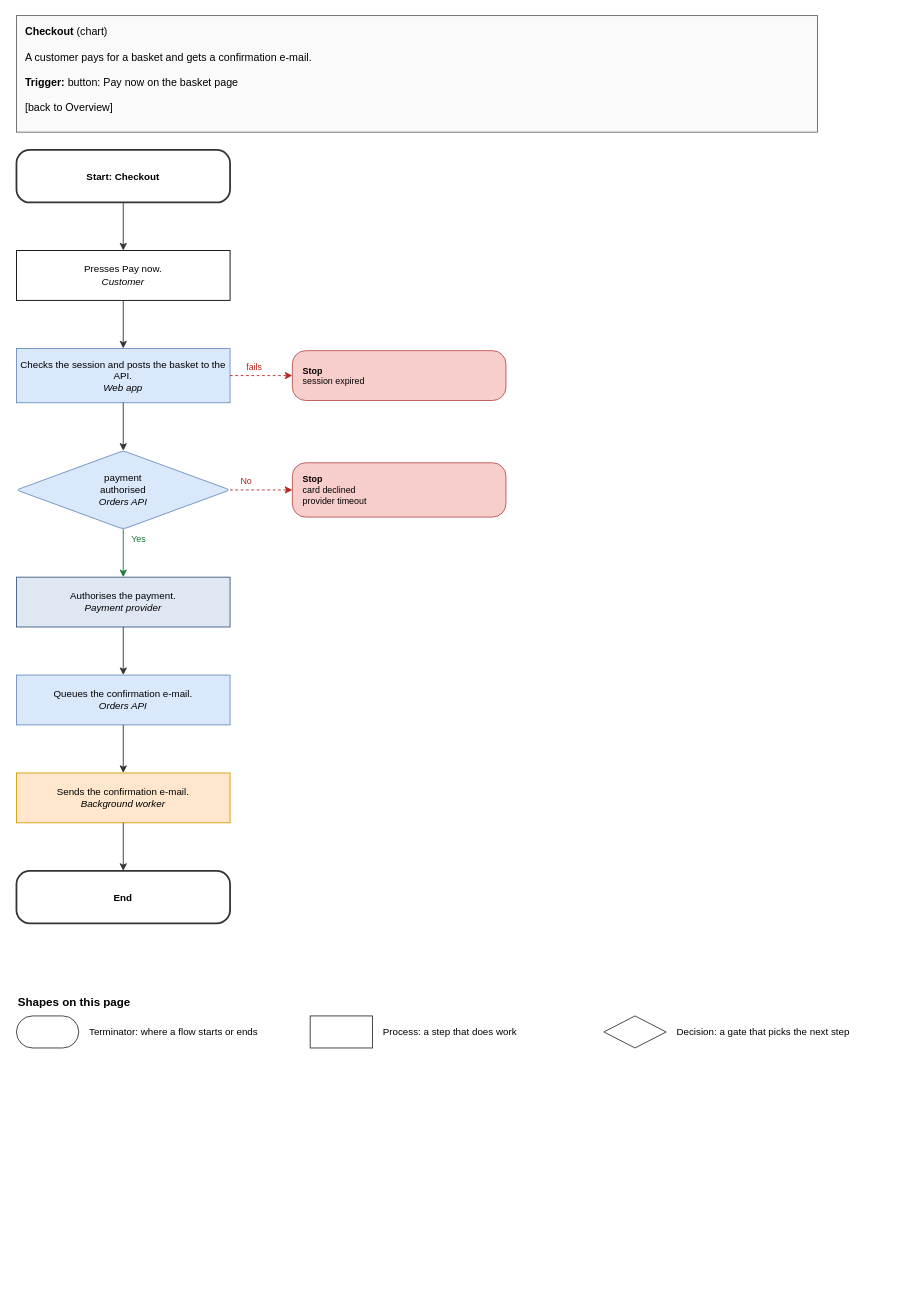
This is page "Chart: Checkout" (3 of 10) of specialists/platform/skill-drawio/examples/shop/drawio/flows.drawio from amalikn/skills_stuff, a draw.io file, before an edit. Source tidied: cells renumbered, new cells numbered last; positions are measured from the earlier drawing's top-left corner, leaving out a move shared by most shapes. Both pictures are drawn from the tidied source at 89%, with x=0, y=0 at pixel (16, 15).
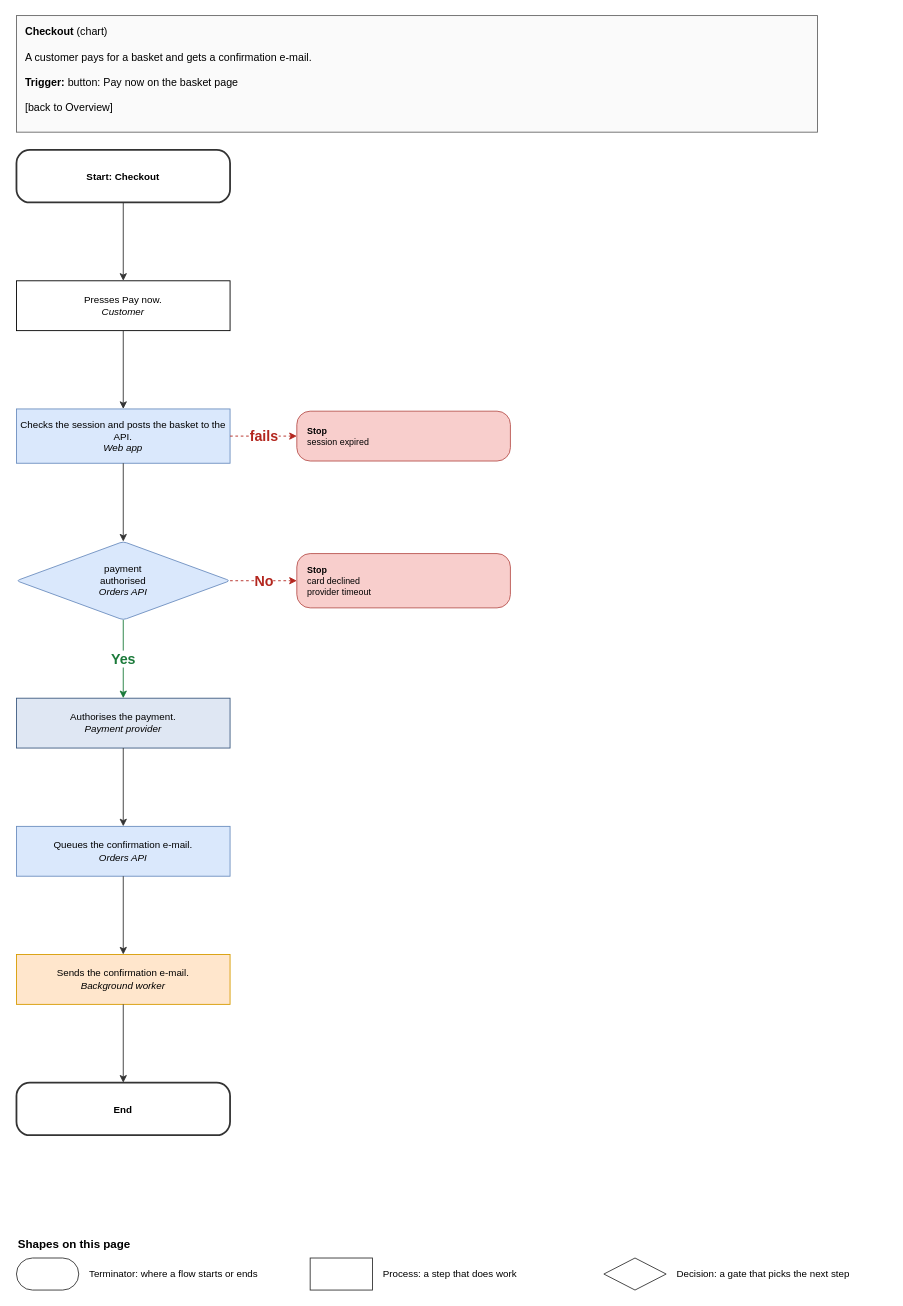
The same page after the edit.

Unchanged cells that the change refers to:
```xml
<mxCell id="3" value="&lt;b&gt;Start: Checkout&lt;/b&gt;" style="rounded=1;absoluteArcSize=1;arcSize=30;whiteSpace=wrap;html=1;fillColor=#ffffff;strokeColor=#333333;strokeWidth=2;fontSize=11;fontStyle=1;spacingLeft=10;spacingRight=10;" parent="1" vertex="1">
  <mxGeometry y="151" width="240" height="59" as="geometry" />
</mxCell>
```

Diff of the diagram source:
```diff
@@
     <mxCell id="4" value="Presses Pay now.&lt;br&gt;&lt;i&gt;Customer&lt;/i&gt;" style="rounded=1;whiteSpace=wrap;html=1;fillColor=#ffffff;strokeColor=#000000;fontSize=11;arcSize=8;fontSize=11;rounded=0;" parent="1" vertex="1">
-      <mxGeometry y="264" width="240" height="56" as="geometry" />
+      <mxGeometry y="298" width="240" height="56" as="geometry" />
     </mxCell>
     <mxCell id="5" value="Checks the session and posts the basket to the API.&lt;br&gt;&lt;i&gt;Web app&lt;/i&gt;" style="rounded=1;whiteSpace=wrap;html=1;fillColor=#dae8fc;strokeColor=#6c8ebf;fontSize=11;arcSize=8;fontSize=11;rounded=0;" parent="1" vertex="1">
-      <mxGeometry y="374" width="240" height="61" as="geometry" />
+      <mxGeometry y="442" width="240" height="61" as="geometry" />
     </mxCell>
     <mxCell id="6" value="payment authorised&lt;br&gt;&lt;i&gt;Orders API&lt;/i&gt;" style="rounded=1;whiteSpace=wrap;html=1;fillColor=#dae8fc;strokeColor=#6c8ebf;fontSize=11;arcSize=8;fontSize=11;rhombus;align=center;verticalAlign=middle;spacingLeft=72;spacingRight=72;spacingTop=0;" parent="1" vertex="1">
-      <mxGeometry y="489" width="240" height="88" as="geometry" />
+      <mxGeometry y="591" width="240" height="88" as="geometry" />
     </mxCell>
     <mxCell id="7" value="Authorises the payment.&lt;br&gt;&lt;i&gt;Payment provider&lt;/i&gt;" style="rounded=1;whiteSpace=wrap;html=1;fillColor=#dfe7f3;strokeColor=#3d5a80;fontSize=11;arcSize=8;fontSize=11;rounded=0;" parent="1" vertex="1">
-      <mxGeometry y="631" width="240" height="56" as="geometry" />
+      <mxGeometry y="767" width="240" height="56" as="geometry" />
     </mxCell>
     <mxCell id="8" value="Queues the confirmation e-mail.&lt;br&gt;&lt;i&gt;Orders API&lt;/i&gt;" style="rounded=1;whiteSpace=wrap;html=1;fillColor=#dae8fc;strokeColor=#6c8ebf;fontSize=11;arcSize=8;fontSize=11;rounded=0;" parent="1" vertex="1">
-      <mxGeometry y="741" width="240" height="56" as="geometry" />
+      <mxGeometry y="911" width="240" height="56" as="geometry" />
     </mxCell>
     <mxCell id="9" value="Sends the confirmation e-mail.&lt;br&gt;&lt;i&gt;Background worker&lt;/i&gt;" style="rounded=1;whiteSpace=wrap;html=1;fillColor=#ffe6cc;strokeColor=#d79b00;fontSize=11;arcSize=8;fontSize=11;rounded=0;" parent="1" vertex="1">
-      <mxGeometry y="851" width="240" height="56" as="geometry" />
+      <mxGeometry y="1055" width="240" height="56" as="geometry" />
     </mxCell>
     <mxCell id="10" value="&lt;b&gt;End&lt;/b&gt;" style="rounded=1;absoluteArcSize=1;arcSize=30;whiteSpace=wrap;html=1;fillColor=#ffffff;strokeColor=#333333;strokeWidth=2;fontSize=11;fontStyle=1;spacingLeft=10;spacingRight=10;" parent="1" vertex="1">
-      <mxGeometry y="961" width="240" height="59" as="geometry" />
+      <mxGeometry y="1199" width="240" height="59" as="geometry" />
     </mxCell>
     <mxCell id="11" value="&lt;b&gt;Stop&lt;/b&gt;&lt;br&gt;session expired" style="rounded=1;absoluteArcSize=1;arcSize=30;whiteSpace=wrap;html=1;fillColor=#f8cecc;strokeColor=#b85450;fontSize=10;align=left;verticalAlign=middle;spacingLeft=10;spacingRight=8;" parent="1" vertex="1">
-      <mxGeometry x="310" y="376.5" width="240" height="56" as="geometry" />
+      <mxGeometry x="315" y="444.5" width="240" height="56" as="geometry" />
     </mxCell>
     <mxCell id="12" value="&lt;b&gt;Stop&lt;/b&gt;&lt;br&gt;card declined&lt;br&gt;provider timeout" style="rounded=1;absoluteArcSize=1;arcSize=30;whiteSpace=wrap;html=1;fillColor=#f8cecc;strokeColor=#b85450;fontSize=10;align=left;verticalAlign=middle;spacingLeft=10;spacingRight=8;" parent="1" vertex="1">
-      <mxGeometry x="310" y="502.5" width="240" height="61" as="geometry" />
+      <mxGeometry x="315" y="604.5" width="240" height="61" as="geometry" />
     </mxCell>
-    <mxCell id="13" style="edgeStyle=none;rounded=1;html=1;endArrow=classic;endFill=1;jumpStyle=arc;jumpSize=6;strokeColor=#333333;exitX=0.5;exitY=1;entryX=0.5;entryY=0;exitPerimeter=0;entryPerimeter=0;" parent="1" edge="1" source="3" target="4">
+    <mxCell id="13" style="edgeStyle=none;rounded=1;html=1;endArrow=classic;endFill=1;jumpStyle=arc;jumpSize=4;strokeColor=#333333;exitX=0.5;exitY=1;entryX=0.5;entryY=0;exitPerimeter=0;entryPerimeter=0;" parent="1" edge="1" source="3" target="4">
       <mxGeometry relative="1" as="geometry" />
     </mxCell>
-    <mxCell id="14" style="edgeStyle=none;rounded=1;html=1;endArrow=classic;endFill=1;jumpStyle=arc;jumpSize=6;strokeColor=#333333;exitX=0.5;exitY=1;entryX=0.5;entryY=0;exitPerimeter=0;entryPerimeter=0;" parent="1" edge="1" source="4" target="5">
+    <mxCell id="14" style="edgeStyle=none;rounded=1;html=1;endArrow=classic;endFill=1;jumpStyle=arc;jumpSize=4;strokeColor=#333333;exitX=0.5;exitY=1;entryX=0.5;entryY=0;exitPerimeter=0;entryPerimeter=0;" parent="1" edge="1" source="4" target="5">
       <mxGeometry relative="1" as="geometry" />
     </mxCell>
-    <mxCell id="15" style="edgeStyle=none;rounded=1;html=1;endArrow=classic;endFill=1;jumpStyle=arc;jumpSize=6;strokeColor=#333333;exitX=0.5;exitY=1;entryX=0.5;entryY=0;exitPerimeter=0;entryPerimeter=0;" parent="1" edge="1" source="5" target="6">
+    <mxCell id="15" style="edgeStyle=none;rounded=1;html=1;endArrow=classic;endFill=1;jumpStyle=arc;jumpSize=4;strokeColor=#333333;exitX=0.5;exitY=1;entryX=0.5;entryY=0;exitPerimeter=0;entryPerimeter=0;" parent="1" edge="1" source="5" target="6">
       <mxGeometry relative="1" as="geometry" />
     </mxCell>
-    <mxCell id="16" style="edgeStyle=none;rounded=1;html=1;endArrow=classic;endFill=1;jumpStyle=arc;jumpSize=6;dashed=1;strokeColor=#b3261e;exitX=1;exitY=0.5;entryX=0;entryY=0.5;exitPerimeter=0;entryPerimeter=0;" parent="1" edge="1" source="5" target="11">
+    <mxCell id="16" style="edgeStyle=none;rounded=1;html=1;endArrow=classic;endFill=1;jumpStyle=arc;jumpSize=4;dashed=1;strokeColor=#b3261e;exitX=1;exitY=0.5;entryX=0;entryY=0.5;exitPerimeter=0;entryPerimeter=0;" parent="1" edge="1" source="5" target="11">
       <mxGeometry relative="1" as="geometry" />
     </mxCell>
-    <mxCell id="17" style="edgeStyle=none;rounded=1;html=1;endArrow=classic;endFill=1;jumpStyle=arc;jumpSize=6;strokeColor=#1b7a3a;exitX=0.5;exitY=1;entryX=0.5;entryY=0;exitPerimeter=0;entryPerimeter=0;" parent="1" edge="1" source="6" target="7">
+    <mxCell id="17" style="edgeStyle=none;rounded=1;html=1;endArrow=classic;endFill=1;jumpStyle=arc;jumpSize=4;strokeColor=#1b7a3a;exitX=0.5;exitY=1;entryX=0.5;entryY=0;exitPerimeter=0;entryPerimeter=0;" parent="1" edge="1" source="6" target="7">
       <mxGeometry relative="1" as="geometry" />
     </mxCell>
-    <mxCell id="18" style="edgeStyle=none;rounded=1;html=1;endArrow=classic;endFill=1;jumpStyle=arc;jumpSize=6;dashed=1;strokeColor=#b3261e;exitX=1;exitY=0.5;entryX=0;entryY=0.5;exitPerimeter=0;entryPerimeter=0;" parent="1" edge="1" source="6" target="12">
+    <mxCell id="18" style="edgeStyle=none;rounded=1;html=1;endArrow=classic;endFill=1;jumpStyle=arc;jumpSize=4;dashed=1;strokeColor=#b3261e;exitX=1;exitY=0.5;entryX=0;entryY=0.5;exitPerimeter=0;entryPerimeter=0;" parent="1" edge="1" source="6" target="12">
       <mxGeometry relative="1" as="geometry" />
     </mxCell>
-    <mxCell id="19" style="edgeStyle=none;rounded=1;html=1;endArrow=classic;endFill=1;jumpStyle=arc;jumpSize=6;strokeColor=#333333;exitX=0.5;exitY=1;entryX=0.5;entryY=0;exitPerimeter=0;entryPerimeter=0;" parent="1" edge="1" source="7" target="8">
+    <mxCell id="19" style="edgeStyle=none;rounded=1;html=1;endArrow=classic;endFill=1;jumpStyle=arc;jumpSize=4;strokeColor=#333333;exitX=0.5;exitY=1;entryX=0.5;entryY=0;exitPerimeter=0;entryPerimeter=0;" parent="1" edge="1" source="7" target="8">
       <mxGeometry relative="1" as="geometry" />
     </mxCell>
-    <mxCell id="20" style="edgeStyle=none;rounded=1;html=1;endArrow=classic;endFill=1;jumpStyle=arc;jumpSize=6;strokeColor=#333333;exitX=0.5;exitY=1;entryX=0.5;entryY=0;exitPerimeter=0;entryPerimeter=0;" parent="1" edge="1" source="8" target="9">
+    <mxCell id="20" style="edgeStyle=none;rounded=1;html=1;endArrow=classic;endFill=1;jumpStyle=arc;jumpSize=4;strokeColor=#333333;exitX=0.5;exitY=1;entryX=0.5;entryY=0;exitPerimeter=0;entryPerimeter=0;" parent="1" edge="1" source="8" target="9">
       <mxGeometry relative="1" as="geometry" />
     </mxCell>
-    <mxCell id="21" style="edgeStyle=none;rounded=1;html=1;endArrow=classic;endFill=1;jumpStyle=arc;jumpSize=6;strokeColor=#333333;exitX=0.5;exitY=1;entryX=0.5;entryY=0;exitPerimeter=0;entryPerimeter=0;" parent="1" edge="1" source="9" target="10">
+    <mxCell id="21" style="edgeStyle=none;rounded=1;html=1;endArrow=classic;endFill=1;jumpStyle=arc;jumpSize=4;strokeColor=#333333;exitX=0.5;exitY=1;entryX=0.5;entryY=0;exitPerimeter=0;entryPerimeter=0;" parent="1" edge="1" source="9" target="10">
       <mxGeometry relative="1" as="geometry" />
     </mxCell>
-    <mxCell id="22" value="fails" style="text;html=1;align=center;verticalAlign=middle;fontSize=10;labelBackgroundColor=#ffffff;fontColor=#b3261e;" parent="1" vertex="1">
-      <mxGeometry x="248" y="386.5" width="38" height="16" as="geometry" />
+    <mxCell id="22" value="&lt;b&gt;fails&lt;/b&gt;" style="text;html=1;align=center;verticalAlign=middle;fontSize=16;fontStyle=1;labelBackgroundColor=#ffffff;fontColor=#b3261e;" parent="1" vertex="1">
+      <mxGeometry x="246" y="461.5" width="63" height="22" as="geometry" />
     </mxCell>
-    <mxCell id="23" value="Yes" style="text;html=1;align=center;verticalAlign=middle;fontSize=10;labelBackgroundColor=#ffffff;fontColor=#1b7a3a;" parent="1" vertex="1">
-      <mxGeometry x="124" y="580" width="26" height="16" as="geometry" />
+    <mxCell id="23" value="&lt;b&gt;Yes&lt;/b&gt;" style="text;html=1;align=center;verticalAlign=middle;fontSize=16;fontStyle=1;labelBackgroundColor=#ffffff;fontColor=#1b7a3a;" parent="1" vertex="1">
+      <mxGeometry x="97.5" y="712" width="45" height="22" as="geometry" />
     </mxCell>
-    <mxCell id="24" value="No" style="text;html=1;align=center;verticalAlign=middle;fontSize=10;labelBackgroundColor=#ffffff;fontColor=#b3261e;" parent="1" vertex="1">
-      <mxGeometry x="248" y="515" width="20" height="16" as="geometry" />
+    <mxCell id="24" value="&lt;b&gt;No&lt;/b&gt;" style="text;html=1;align=center;verticalAlign=middle;fontSize=16;fontStyle=1;labelBackgroundColor=#ffffff;fontColor=#b3261e;" parent="1" vertex="1">
+      <mxGeometry x="259.5" y="624" width="36" height="22" as="geometry" />
     </mxCell>
     <mxCell id="25" value="&lt;b&gt;Shapes on this page&lt;/b&gt;" style="text;html=1;align=left;fontSize=13;" parent="1" vertex="1">
-      <mxGeometry y="1094" width="300" height="24" as="geometry" />
+      <mxGeometry y="1366" width="300" height="24" as="geometry" />
     </mxCell>
     <mxCell id="26" style="whiteSpace=wrap;html=1;fillColor=#ffffff;strokeColor=#333333;rounded=1;absoluteArcSize=1;arcSize=36;spacingLeft=14;spacingRight=12;spacingTop=8;" parent="1" vertex="1">
-      <mxGeometry y="1124" width="70" height="36" as="geometry" />
+      <mxGeometry y="1396" width="70" height="36" as="geometry" />
     </mxCell>
     <mxCell id="27" value="Terminator: where a flow starts or ends" style="text;html=1;align=left;verticalAlign=middle;whiteSpace=wrap;fontSize=11;" parent="1" vertex="1">
-      <mxGeometry x="80" y="1124" width="240" height="36" as="geometry" />
+      <mxGeometry x="80" y="1396" width="240" height="36" as="geometry" />
     </mxCell>
     <mxCell id="28" style="whiteSpace=wrap;html=1;fillColor=#ffffff;strokeColor=#333333;rounded=0;" parent="1" vertex="1">
-      <mxGeometry x="330" y="1124" width="70" height="36" as="geometry" />
+      <mxGeometry x="330" y="1396" width="70" height="36" as="geometry" />
     </mxCell>
     <mxCell id="29" value="Process: a step that does work" style="text;html=1;align=left;verticalAlign=middle;whiteSpace=wrap;fontSize=11;" parent="1" vertex="1">
-      <mxGeometry x="410" y="1124" width="240" height="36" as="geometry" />
+      <mxGeometry x="410" y="1396" width="240" height="36" as="geometry" />
     </mxCell>
     <mxCell id="30" style="whiteSpace=wrap;html=1;fillColor=#ffffff;strokeColor=#333333;rhombus;align=center;verticalAlign=middle;spacingLeft=72;spacingRight=72;spacingTop=0;" parent="1" vertex="1">
-      <mxGeometry x="660" y="1124" width="70" height="36" as="geometry" />
+      <mxGeometry x="660" y="1396" width="70" height="36" as="geometry" />
     </mxCell>
     <mxCell id="31" value="Decision: a gate that picks the next step" style="text;html=1;align=left;verticalAlign=middle;whiteSpace=wrap;fontSize=11;" parent="1" vertex="1">
-      <mxGeometry x="740" y="1124" width="240" height="36" as="geometry" />
+      <mxGeometry x="740" y="1396" width="240" height="36" as="geometry" />
     </mxCell>
```
